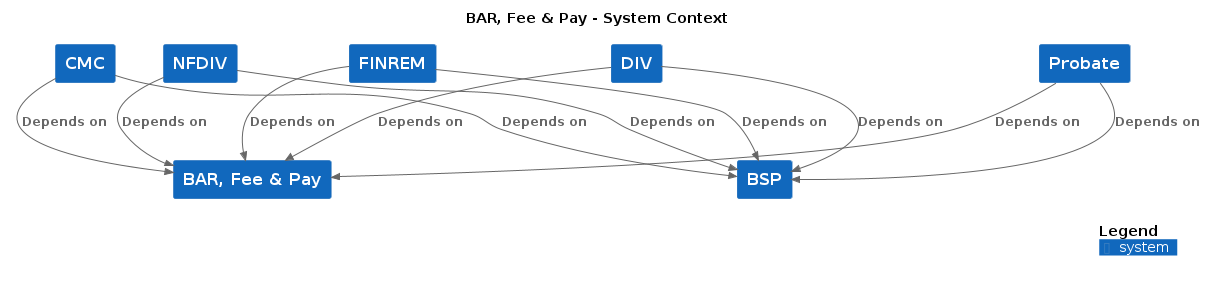
Before: docs/c4/bar_fee__pay/images/structurizr-bar_fee__pay-context.png, a diagram exported from PlantUML (hmcts/cnp-api-docs).
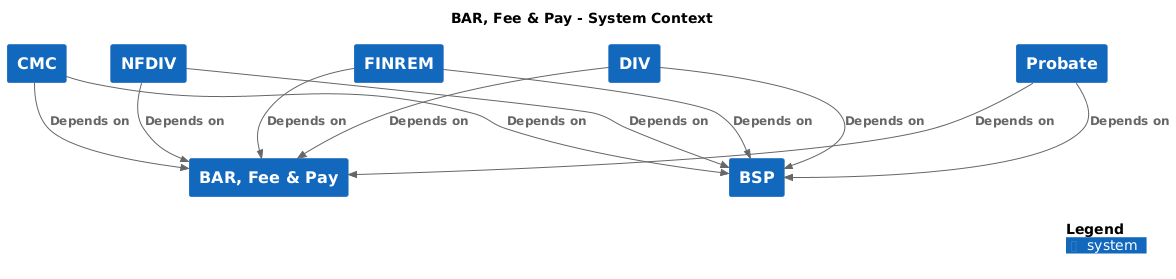
Above is the later version.

The edit, as a diff of the source:
```diff
@@ -15,16 +15,16 @@
 System(FINREM, "FINREM", $descr="", $tags="", $link="")
 System(Probate, "Probate", $descr="", $tags="", $link="")
 
-Rel_D(CMC, BARFeePay, "Depends on", $techn="", $tags="", $link="")
-Rel_D(CMC, BSP, "Depends on", $techn="", $tags="", $link="")
-Rel_D(DIV, BARFeePay, "Depends on", $techn="", $tags="", $link="")
-Rel_D(DIV, BSP, "Depends on", $techn="", $tags="", $link="")
-Rel_D(FINREM, BARFeePay, "Depends on", $techn="", $tags="", $link="")
-Rel_D(FINREM, BSP, "Depends on", $techn="", $tags="", $link="")
-Rel_D(Probate, BARFeePay, "Depends on", $techn="", $tags="", $link="")
-Rel_D(Probate, BSP, "Depends on", $techn="", $tags="", $link="")
-Rel_D(NFDIV, BARFeePay, "Depends on", $techn="", $tags="", $link="")
-Rel_D(NFDIV, BSP, "Depends on", $techn="", $tags="", $link="")
+Rel(CMC, BARFeePay, "Depends on", $techn="", $tags="", $link="")
+Rel(CMC, BSP, "Depends on", $techn="", $tags="", $link="")
+Rel(DIV, BARFeePay, "Depends on", $techn="", $tags="", $link="")
+Rel(DIV, BSP, "Depends on", $techn="", $tags="", $link="")
+Rel(FINREM, BARFeePay, "Depends on", $techn="", $tags="", $link="")
+Rel(FINREM, BSP, "Depends on", $techn="", $tags="", $link="")
+Rel(Probate, BARFeePay, "Depends on", $techn="", $tags="", $link="")
+Rel(Probate, BSP, "Depends on", $techn="", $tags="", $link="")
+Rel(NFDIV, BARFeePay, "Depends on", $techn="", $tags="", $link="")
+Rel(NFDIV, BSP, "Depends on", $techn="", $tags="", $link="")
 
 SHOW_DYNAMIC_LEGEND()
 @enduml
```
